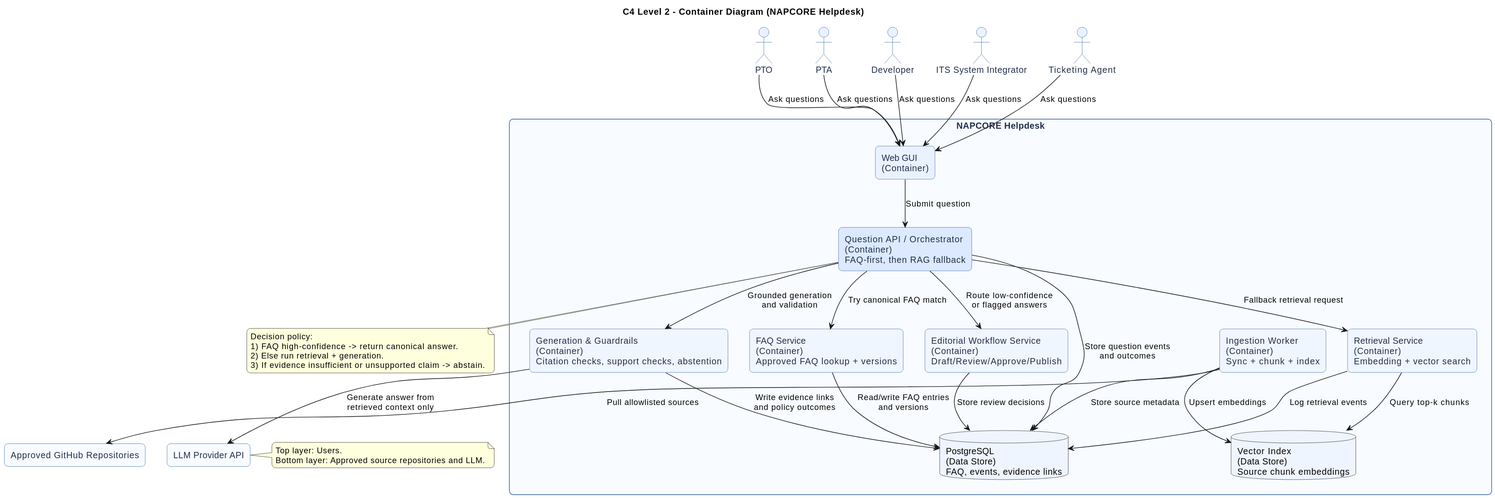
Before: docs/architecture/c4-level2-container.svg, a diagram exported from PlantUML (UM-KGPI/NapcoreHelpdesk).
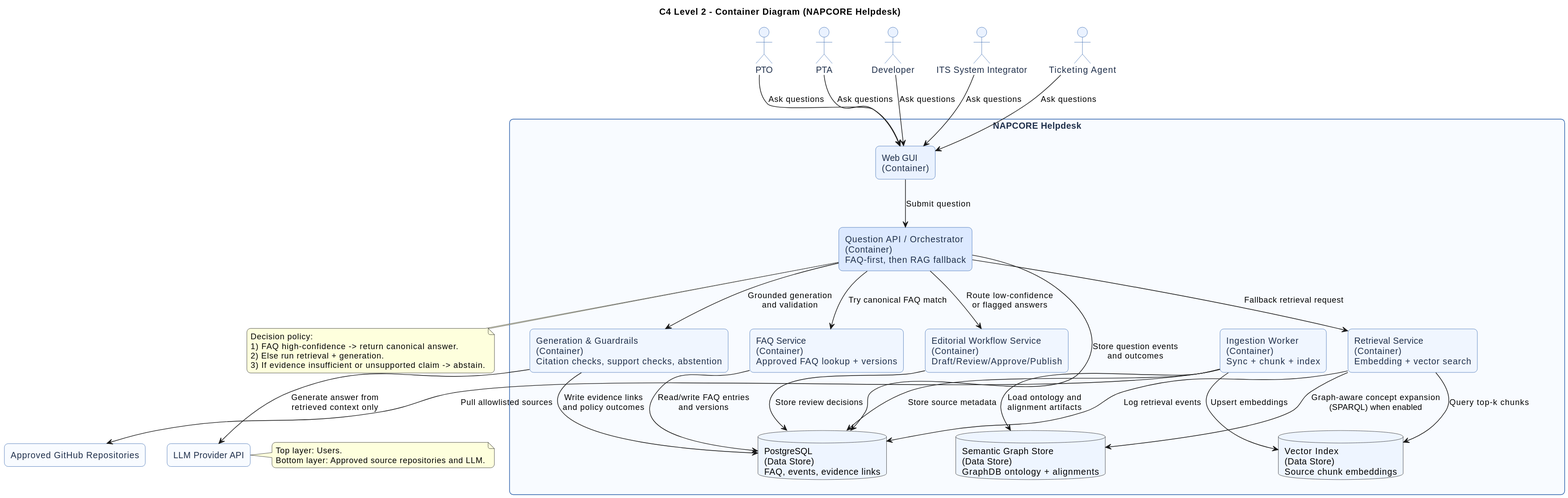
The same diagram one commit later.

What changed in the source:
```diff
@@ -29,6 +29,7 @@
   rectangle "Editorial Workflow Service\n(Container)\nDraft/Review/Approve/Publish" as EDITORIAL #F0F6FF
   database "PostgreSQL\n(Data Store)\nFAQ, events, evidence links" as PG #EEF5FF
   database "Vector Index\n(Data Store)\nSource chunk embeddings" as VDB #EEF5FF
+  database "Semantic Graph Store\n(Data Store)\nGraphDB ontology + alignments" as SDB #EEF5FF
   rectangle "Ingestion Worker\n(Container)\nSync + chunk + index" as INGEST #F0F6FF
 }
 
@@ -58,12 +59,14 @@
 
 FAQ --> PG : Read/write FAQ entries\nand versions
 RETRIEVAL --> VDB : Query top-k chunks
+RETRIEVAL --> SDB : Graph-aware concept expansion\n(SPARQL) when enabled
 RETRIEVAL --> PG : Log retrieval events
 GUARDRAILS --> LLM : Generate answer from\nretrieved context only
 GUARDRAILS --> PG : Write evidence links\nand policy outcomes
 EDITORIAL --> PG : Store review decisions
 INGEST --> GITHUB : Pull allowlisted sources
 INGEST --> VDB : Upsert embeddings
+INGEST --> SDB : Load ontology and\nalignment artifacts
 INGEST --> PG : Store source metadata
 
 note bottom of API
```
